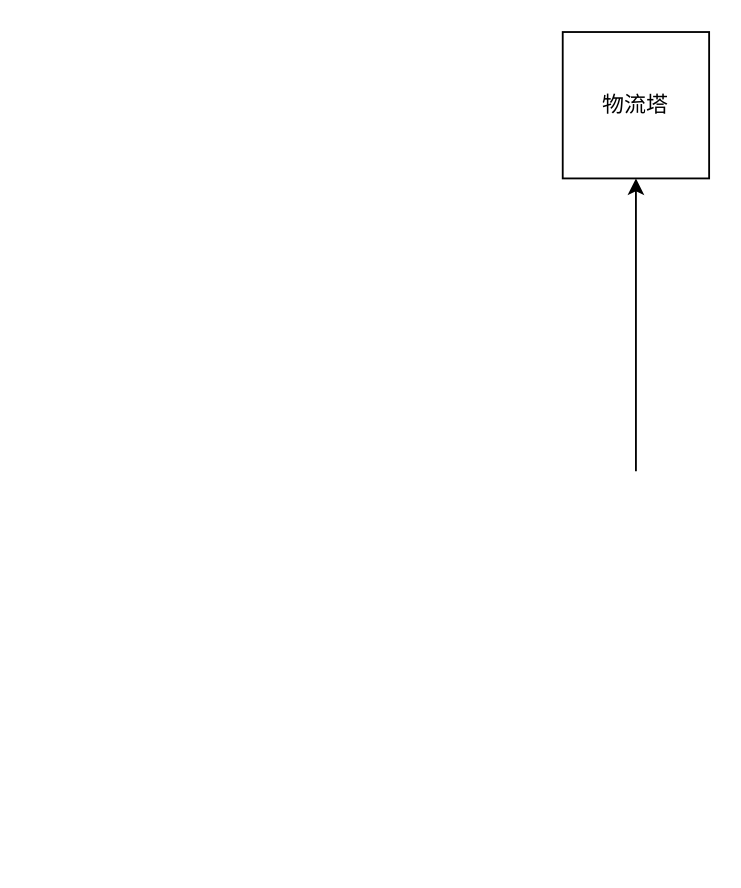
Above: 2进1出/戴森球.drawio in Rliguang/daisenqiu (draw.io), before the change. Source tidied: cells renumbered, new cells numbered last; positions are measured from the earlier drawing's top-left corner, leaving out a move shared by most shapes. Both pictures are drawn from the tidied source at 183%, with x=0, y=0 at pixel (562, 31).
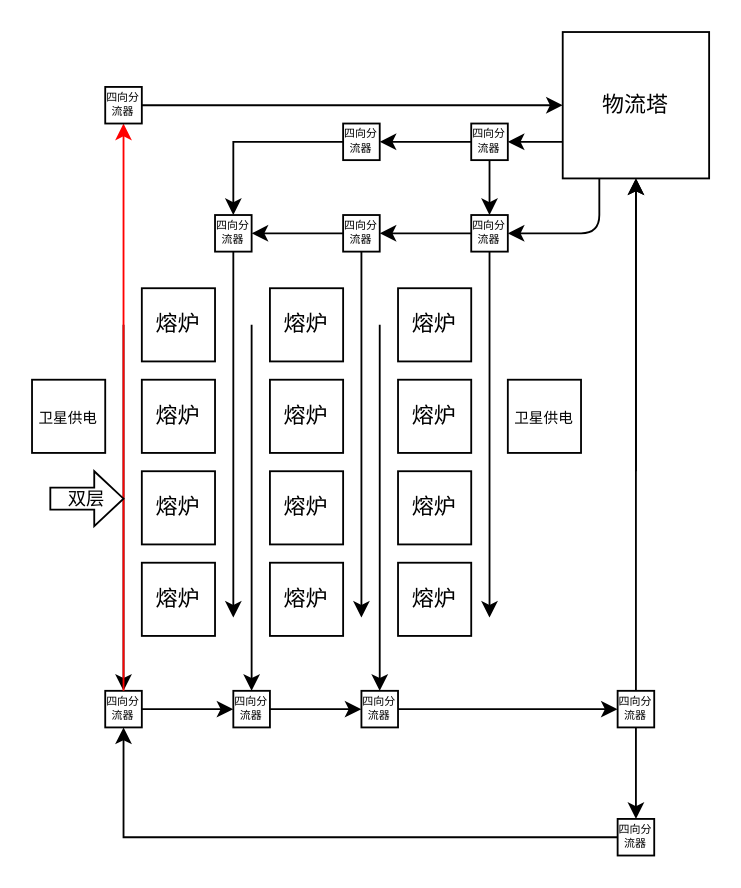
Above is the later version.

Commit message (it also covers changes not shown here):
更新戴森球.drawio

Unchanged cells that the change refers to:
```xml
<mxCell id="2" value="物流塔" style="whiteSpace=wrap;html=1;" parent="1" vertex="1">
  <mxGeometry width="80" height="80" as="geometry" />
</mxCell>
```

Change to the diagram source:
```diff
@@
-    <mxCell id="3" style="endArrow=classic;html=1;entryX=0.5;entryY=1;entryDx=0;entryDy=0;" parent="1" edge="1" target="2">
-      <mxGeometry relative="1" as="geometry">
-        <mxPoint x="40" y="240" as="sourcePoint" />
-      </mxGeometry>
-    </mxCell>
+    <mxCell id="4" style="endArrow=classic;html=1;exitX=0.25;exitY=1;exitDx=0;exitDy=0;" parent="1" edge="1" source="2">
+      <mxGeometry relative="1" as="geometry">
+        <mxPoint x="-30" y="110" as="targetPoint" />
+        <Array as="points">
+          <mxPoint x="20" y="110" />
+        </Array>
+      </mxGeometry>
+    </mxCell>
+    <mxCell id="5" style="endArrow=classic;html=1;exitX=0;exitY=0.75;exitDx=0;exitDy=0;" parent="1" edge="1" source="2">
+      <mxGeometry relative="1" as="geometry">
+        <mxPoint x="-30" y="60" as="targetPoint" />
+      </mxGeometry>
+    </mxCell>
+    <mxCell id="6" style="endArrow=classic;html=1;entryX=0.5;entryY=0;entryDx=0;entryDy=0;exitX=0.5;exitY=1;exitDx=0;exitDy=0;" parent="1" edge="1">
+      <mxGeometry relative="1" as="geometry">
+        <mxPoint x="-40" y="70" as="sourcePoint" />
+        <mxPoint x="-40" y="100" as="targetPoint" />
+      </mxGeometry>
+    </mxCell>
+    <mxCell id="7" style="edgeStyle=orthogonalEdgeStyle;rounded=0;jettySize=auto;html=1;" parent="1" edge="1" source="9">
+      <mxGeometry relative="1" as="geometry">
+        <mxPoint x="-110" y="320" as="targetPoint" />
+      </mxGeometry>
+    </mxCell>
+    <mxCell id="8" style="edgeStyle=orthogonalEdgeStyle;rounded=0;jettySize=auto;html=1;entryX=1;entryY=0.5;entryDx=0;entryDy=0;" parent="1" edge="1" source="9" target="37">
+      <mxGeometry relative="1" as="geometry" />
+    </mxCell>
+    <mxCell id="9" value="&lt;font style=&quot;font-size: 6px&quot;&gt;四向分流器&lt;/font&gt;" style="whiteSpace=wrap;html=1;fontSize=4;" parent="1" vertex="1">
+      <mxGeometry x="-120" y="100" width="20" height="20" as="geometry" />
+    </mxCell>
+    <mxCell id="10" value="熔炉" style="whiteSpace=wrap;html=1;" parent="1" vertex="1">
+      <mxGeometry x="-90" y="140" width="40" height="40" as="geometry" />
+    </mxCell>
+    <mxCell id="11" style="endArrow=classic;html=1;" parent="1" edge="1">
+      <mxGeometry relative="1" as="geometry">
+        <mxPoint x="-100" y="160" as="sourcePoint" />
+        <mxPoint x="-100" y="360" as="targetPoint" />
+      </mxGeometry>
+    </mxCell>
+    <mxCell id="12" value="&lt;span&gt;熔炉&lt;/span&gt;" style="whiteSpace=wrap;html=1;" parent="1" vertex="1">
+      <mxGeometry x="-160" y="140" width="40" height="40" as="geometry" />
+    </mxCell>
+    <mxCell id="13" style="endArrow=classic;html=1;" parent="1" edge="1">
+      <mxGeometry relative="1" as="geometry">
+        <mxPoint x="-170" y="160" as="sourcePoint" />
+        <mxPoint x="-170" y="360" as="targetPoint" />
+      </mxGeometry>
+    </mxCell>
+    <mxCell id="14" style="edgeStyle=orthogonalEdgeStyle;rounded=0;jettySize=auto;html=1;entryX=1;entryY=0.5;entryDx=0;entryDy=0;" parent="1" edge="1" source="16" target="9">
+      <mxGeometry relative="1" as="geometry" />
+    </mxCell>
+    <mxCell id="15" style="edgeStyle=orthogonalEdgeStyle;rounded=0;jettySize=auto;html=1;" parent="1" edge="1" source="16">
+      <mxGeometry relative="1" as="geometry">
+        <mxPoint x="-40" y="320" as="targetPoint" />
+      </mxGeometry>
+    </mxCell>
+    <mxCell id="16" value="&lt;font style=&quot;font-size: 6px&quot;&gt;四向分流器&lt;/font&gt;" style="whiteSpace=wrap;html=1;fontSize=4;" parent="1" vertex="1">
+      <mxGeometry x="-50" y="100" width="20" height="20" as="geometry" />
+    </mxCell>
+    <mxCell id="17" style="edgeStyle=orthogonalEdgeStyle;rounded=0;jettySize=auto;html=1;entryX=0.5;entryY=0;entryDx=0;entryDy=0;" parent="1" edge="1" source="18" target="37">
+      <mxGeometry relative="1" as="geometry">
+        <Array as="points">
+          <mxPoint x="-180" y="60" />
+        </Array>
+      </mxGeometry>
+    </mxCell>
+    <mxCell id="18" value="&lt;font style=&quot;font-size: 6px&quot;&gt;四向分流器&lt;/font&gt;" style="whiteSpace=wrap;html=1;fontSize=4;" parent="1" vertex="1">
+      <mxGeometry x="-120" y="50" width="20" height="20" as="geometry" />
+    </mxCell>
+    <mxCell id="19" style="edgeStyle=orthogonalEdgeStyle;rounded=0;jettySize=auto;html=1;" parent="1" edge="1" source="20" target="18">
+      <mxGeometry relative="1" as="geometry" />
+    </mxCell>
+    <mxCell id="20" value="&lt;font style=&quot;font-size: 6px&quot;&gt;四向分流器&lt;/font&gt;" style="whiteSpace=wrap;html=1;fontSize=4;" parent="1" vertex="1">
+      <mxGeometry x="-50" y="50" width="20" height="20" as="geometry" />
+    </mxCell>
+    <mxCell id="21" value="&lt;span&gt;熔炉&lt;/span&gt;" style="whiteSpace=wrap;html=1;" parent="1" vertex="1">
+      <mxGeometry x="-160" y="190" width="40" height="40" as="geometry" />
+    </mxCell>
+    <mxCell id="22" value="&lt;span&gt;熔炉&lt;/span&gt;" style="whiteSpace=wrap;html=1;" parent="1" vertex="1">
+      <mxGeometry x="-160" y="240" width="40" height="40" as="geometry" />
+    </mxCell>
+    <mxCell id="23" value="&lt;span&gt;熔炉&lt;/span&gt;" style="whiteSpace=wrap;html=1;" parent="1" vertex="1">
+      <mxGeometry x="-90" y="190" width="40" height="40" as="geometry" />
+    </mxCell>
+    <mxCell id="24" value="&lt;span&gt;熔炉&lt;/span&gt;" style="whiteSpace=wrap;html=1;" parent="1" vertex="1">
+      <mxGeometry x="-90" y="240" width="40" height="40" as="geometry" />
+    </mxCell>
+    <mxCell id="25" value="&lt;font style=&quot;font-size: 8px&quot;&gt;卫星供电&lt;/font&gt;" style="whiteSpace=wrap;html=1;" parent="1" vertex="1">
+      <mxGeometry x="-30" y="190" width="40" height="40" as="geometry" />
+    </mxCell>
+    <mxCell id="26" style="edgeStyle=orthogonalEdgeStyle;rounded=0;jettySize=auto;html=1;entryX=0;entryY=0.5;entryDx=0;entryDy=0;" parent="1" edge="1" source="27" target="32">
+      <mxGeometry relative="1" as="geometry" />
+    </mxCell>
+    <mxCell id="27" value="&lt;font style=&quot;font-size: 6px&quot;&gt;四向分流器&lt;/font&gt;" style="whiteSpace=wrap;html=1;fontSize=4;" parent="1" vertex="1">
+      <mxGeometry x="-110" y="360" width="20" height="20" as="geometry" />
+    </mxCell>
+    <mxCell id="28" style="edgeStyle=orthogonalEdgeStyle;rounded=0;jettySize=auto;html=1;entryX=0;entryY=0.5;entryDx=0;entryDy=0;" parent="1" edge="1" source="29" target="27">
+      <mxGeometry relative="1" as="geometry" />
+    </mxCell>
+    <mxCell id="29" value="&lt;font style=&quot;font-size: 6px&quot;&gt;四向分流器&lt;/font&gt;" style="whiteSpace=wrap;html=1;fontSize=4;" parent="1" vertex="1">
+      <mxGeometry x="-180" y="360" width="20" height="20" as="geometry" />
+    </mxCell>
+    <mxCell id="30" style="edgeStyle=orthogonalEdgeStyle;rounded=0;jettySize=auto;html=1;entryX=0.5;entryY=1;entryDx=0;entryDy=0;" parent="1" edge="1" source="32" target="2">
+      <mxGeometry relative="1" as="geometry" />
+    </mxCell>
+    <mxCell id="31" style="edgeStyle=orthogonalEdgeStyle;rounded=0;jettySize=auto;html=1;entryX=0.5;entryY=0;entryDx=0;entryDy=0;" parent="1" edge="1" source="32" target="46">
+      <mxGeometry relative="1" as="geometry" />
+    </mxCell>
+    <mxCell id="32" value="&lt;font style=&quot;font-size: 6px&quot;&gt;四向分流器&lt;/font&gt;" style="whiteSpace=wrap;html=1;fontSize=4;" parent="1" vertex="1">
+      <mxGeometry x="30" y="360" width="20" height="20" as="geometry" />
+    </mxCell>
+    <mxCell id="33" style="endArrow=classic;html=1;entryX=0.5;entryY=1;entryDx=0;entryDy=0;" parent="1" edge="1">
+      <mxGeometry relative="1" as="geometry">
+        <mxPoint x="40" y="240" as="sourcePoint" />
+        <mxPoint x="40" y="80" as="targetPoint" />
+      </mxGeometry>
+    </mxCell>
+    <mxCell id="34" value="&lt;span&gt;熔炉&lt;/span&gt;" style="whiteSpace=wrap;html=1;" parent="1" vertex="1">
+      <mxGeometry x="-160" y="290" width="40" height="40" as="geometry" />
+    </mxCell>
+    <mxCell id="35" value="&lt;span&gt;熔炉&lt;/span&gt;" style="whiteSpace=wrap;html=1;" parent="1" vertex="1">
+      <mxGeometry x="-90" y="290" width="40" height="40" as="geometry" />
+    </mxCell>
+    <mxCell id="36" style="edgeStyle=orthogonalEdgeStyle;rounded=0;jettySize=auto;html=1;" parent="1" edge="1" source="37">
+      <mxGeometry relative="1" as="geometry">
+        <mxPoint x="-180" y="320" as="targetPoint" />
+      </mxGeometry>
+    </mxCell>
+    <mxCell id="37" value="&lt;font style=&quot;font-size: 6px&quot;&gt;四向分流器&lt;/font&gt;" style="whiteSpace=wrap;html=1;fontSize=4;" parent="1" vertex="1">
+      <mxGeometry x="-190" y="100" width="20" height="20" as="geometry" />
+    </mxCell>
+    <mxCell id="38" value="&lt;span&gt;熔炉&lt;/span&gt;" style="whiteSpace=wrap;html=1;" parent="1" vertex="1">
+      <mxGeometry x="-230" y="140" width="40" height="40" as="geometry" />
+    </mxCell>
+    <mxCell id="39" value="&lt;span&gt;熔炉&lt;/span&gt;" style="whiteSpace=wrap;html=1;" parent="1" vertex="1">
+      <mxGeometry x="-230" y="190" width="40" height="40" as="geometry" />
+    </mxCell>
+    <mxCell id="40" value="&lt;span&gt;熔炉&lt;/span&gt;" style="whiteSpace=wrap;html=1;" parent="1" vertex="1">
+      <mxGeometry x="-230" y="240" width="40" height="40" as="geometry" />
+    </mxCell>
+    <mxCell id="41" value="&lt;span&gt;熔炉&lt;/span&gt;" style="whiteSpace=wrap;html=1;" parent="1" vertex="1">
+      <mxGeometry x="-230" y="290" width="40" height="40" as="geometry" />
+    </mxCell>
+    <mxCell id="42" style="endArrow=classic;html=1;" parent="1" edge="1">
+      <mxGeometry relative="1" as="geometry">
+        <mxPoint x="-240" y="160" as="sourcePoint" />
+        <mxPoint x="-240" y="360" as="targetPoint" />
+      </mxGeometry>
+    </mxCell>
+    <mxCell id="43" style="edgeStyle=orthogonalEdgeStyle;rounded=0;jettySize=auto;html=1;entryX=0;entryY=0.5;entryDx=0;entryDy=0;" parent="1" edge="1" source="44" target="29">
+      <mxGeometry relative="1" as="geometry" />
+    </mxCell>
+    <mxCell id="44" value="&lt;font style=&quot;font-size: 6px&quot;&gt;四向分流器&lt;/font&gt;" style="whiteSpace=wrap;html=1;fontSize=4;" parent="1" vertex="1">
+      <mxGeometry x="-250" y="360" width="20" height="20" as="geometry" />
+    </mxCell>
+    <mxCell id="45" style="edgeStyle=orthogonalEdgeStyle;rounded=0;jettySize=auto;html=1;entryX=0.5;entryY=1;entryDx=0;entryDy=0;" parent="1" edge="1" source="46" target="44">
+      <mxGeometry relative="1" as="geometry" />
+    </mxCell>
+    <mxCell id="46" value="&lt;font style=&quot;font-size: 6px&quot;&gt;四向分流器&lt;/font&gt;" style="whiteSpace=wrap;html=1;fontSize=4;" parent="1" vertex="1">
+      <mxGeometry x="30" y="430" width="20" height="20" as="geometry" />
+    </mxCell>
+    <mxCell id="47" style="endArrow=classic;html=1;entryX=0.5;entryY=1;entryDx=0;entryDy=0;strokeColor=#FF0000;" parent="1" edge="1" target="50">
+      <mxGeometry relative="1" as="geometry">
+        <mxPoint x="-240" y="360" as="sourcePoint" />
+      </mxGeometry>
+    </mxCell>
+    <mxCell id="48" value="&lt;font style=&quot;font-size: 10px&quot;&gt;双层&lt;/font&gt;" style="shape=singleArrow;whiteSpace=wrap;html=1;arrowWidth=0.4;arrowSize=0.4;" parent="1" vertex="1">
+      <mxGeometry x="-280" y="240" width="40" height="30" as="geometry" />
+    </mxCell>
+    <mxCell id="49" style="edgeStyle=orthogonalEdgeStyle;rounded=0;jettySize=auto;html=1;entryX=0;entryY=0.5;entryDx=0;entryDy=0;" parent="1" edge="1" source="50" target="2">
+      <mxGeometry relative="1" as="geometry" />
+    </mxCell>
+    <mxCell id="50" value="&lt;font style=&quot;font-size: 6px&quot;&gt;四向分流器&lt;/font&gt;" style="whiteSpace=wrap;html=1;fontSize=4;" parent="1" vertex="1">
+      <mxGeometry x="-250" y="30" width="20" height="20" as="geometry" />
+    </mxCell>
+    <mxCell id="51" value="&lt;font style=&quot;font-size: 8px&quot;&gt;卫星供电&lt;/font&gt;" style="whiteSpace=wrap;html=1;" parent="1" vertex="1">
+      <mxGeometry x="-290" y="190" width="40" height="40" as="geometry" />
+    </mxCell>
```
